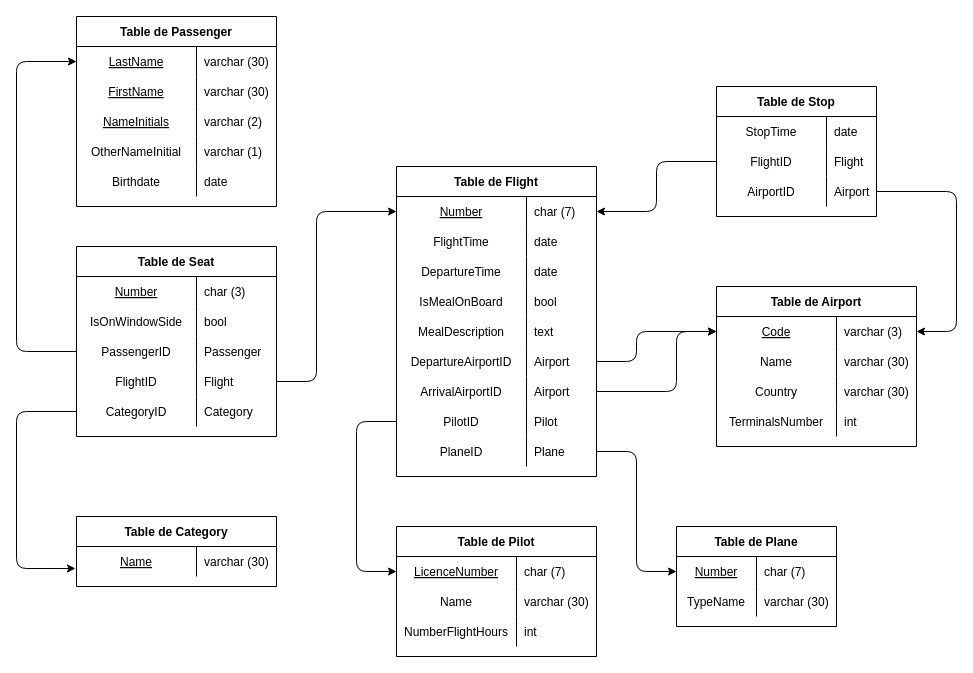
pauline-lr/Flight-manager keeps this draw.io diagram as Schéma des tables.drawio. Above is the earlier version. Source tidied: cells renumbered, new cells numbered last; positions are measured from the earlier drawing's top-left corner, leaving out a move shared by most shapes. Both pictures are drawn from the tidied source at 100%, with x=0, y=0 at pixel (16, 16).
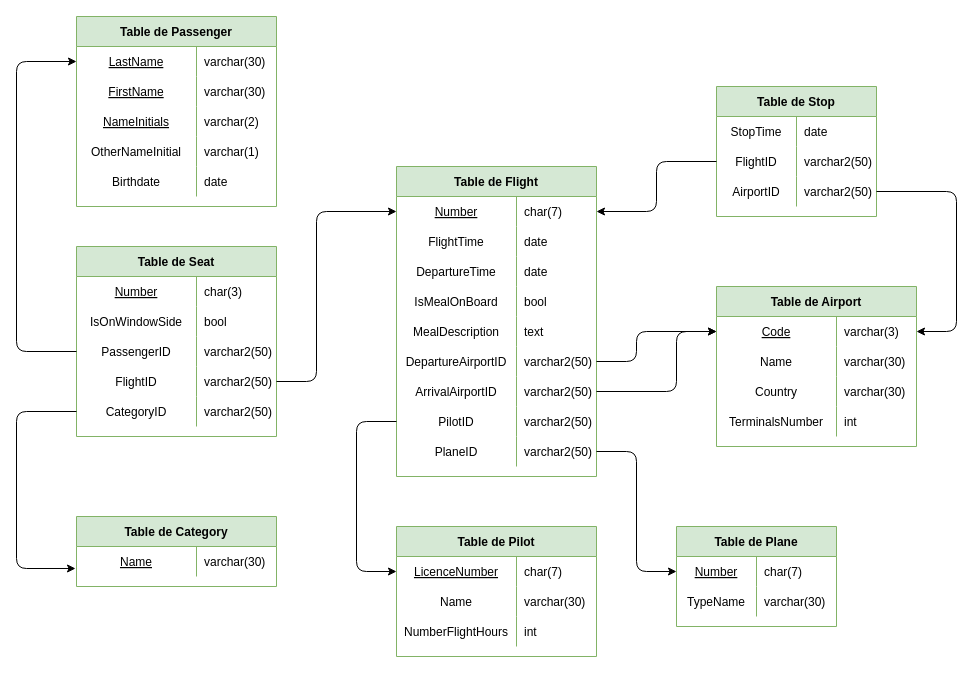
After the change.

The change refers to these unchanged cells:
```xml
<mxCell id="3" style="shape=partialRectangle;fillColor=none;top=0;left=0;bottom=0;right=0;points=[[0,0.5],[1,0.5]];portConstraint=eastwest;" parent="2" vertex="1">
<mxCell id="6" style="shape=partialRectangle;fillColor=none;top=0;left=0;bottom=0;right=0;" parent="2" vertex="1">
<mxCell id="9" style="shape=partialRectangle;fillColor=none;top=0;left=0;bottom=0;right=0;" parent="2" vertex="1">
<mxCell id="12" style="shape=partialRectangle;fillColor=none;top=0;left=0;bottom=0;right=0;" parent="2" vertex="1">
<mxCell id="15" style="shape=partialRectangle;fillColor=none;top=0;left=0;bottom=0;right=0;" parent="2" vertex="1">
<mxCell id="18" style="shape=partialRectangle;fillColor=none;top=0;left=0;bottom=0;right=0;points=[[0,0.5],[1,0.5]];portConstraint=eastwest;" parent="2" vertex="1">
<mxCell id="21" style="shape=partialRectangle;fillColor=none;top=0;left=0;bottom=0;right=0;points=[[0,0.5],[1,0.5]];portConstraint=eastwest;" parent="2" vertex="1">
<mxCell id="24" style="shape=partialRectangle;fillColor=none;top=0;left=0;bottom=0;right=0;points=[[0,0.5],[1,0.5]];portConstraint=eastwest;" parent="2" vertex="1">
<mxCell id="27" style="shape=partialRectangle;fillColor=none;top=0;left=0;bottom=0;right=0;points=[[0,0.5],[1,0.5]];portConstraint=eastwest;" parent="2" vertex="1">
<mxCell id="31" style="shape=partialRectangle;fillColor=none;top=0;left=0;bottom=0;right=0;points=[[0,0.5],[1,0.5]];portConstraint=eastwest;" parent="30" vertex="1">
<mxCell id="34" style="shape=partialRectangle;fillColor=none;top=0;left=0;bottom=0;right=0;" parent="30" vertex="1">
<mxCell id="37" style="shape=partialRectangle;fillColor=none;top=0;left=0;bottom=0;right=0;" parent="30" vertex="1">
<mxCell id="44" style="shape=partialRectangle;fillColor=none;top=0;left=0;bottom=0;right=0;" parent="43" vertex="1">
<mxCell id="47" style="shape=partialRectangle;fillColor=none;top=0;left=0;bottom=0;right=0;points=[[0,0.5],[1,0.5]];portConstraint=eastwest;" parent="43" vertex="1">
<mxCell id="50" style="shape=partialRectangle;fillColor=none;top=0;left=0;bottom=0;right=0;points=[[0,0.5],[1,0.5]];portConstraint=eastwest;" parent="43" vertex="1">
<mxCell id="54" style="shape=partialRectangle;fillColor=none;top=0;left=0;bottom=0;right=0;points=[[0,0.5],[1,0.5]];portConstraint=eastwest;" parent="53" vertex="1">
<mxCell id="57" style="shape=partialRectangle;fillColor=none;top=0;left=0;bottom=0;right=0;" parent="53" vertex="1">
<mxCell id="61" style="shape=partialRectangle;fillColor=none;top=0;left=0;bottom=0;right=0;points=[[0,0.5],[1,0.5]];portConstraint=eastwest;" parent="60" vertex="1">
<mxCell id="64" style="shape=partialRectangle;fillColor=none;top=0;left=0;bottom=0;right=0;" parent="60" vertex="1">
<mxCell id="71" style="shape=partialRectangle;fillColor=none;top=0;left=0;bottom=0;right=0;" parent="70" vertex="1">
<mxCell id="77" style="shape=partialRectangle;fillColor=none;top=0;left=0;bottom=0;right=0;points=[[0,0.5],[1,0.5]];portConstraint=eastwest;" parent="70" vertex="1">
<mxCell id="80" style="shape=partialRectangle;fillColor=none;top=0;left=0;bottom=0;right=0;points=[[0,0.5],[1,0.5]];portConstraint=eastwest;" parent="70" vertex="1">
<mxCell id="83" style="shape=partialRectangle;fillColor=none;top=0;left=0;bottom=0;right=0;points=[[0,0.5],[1,0.5]];portConstraint=eastwest;" parent="70" vertex="1">
<mxCell id="87" style="shape=partialRectangle;fillColor=none;top=0;left=0;bottom=0;right=0;points=[[0,0.5],[1,0.5]];portConstraint=eastwest;" parent="86" vertex="1">
<mxCell id="90" style="shape=partialRectangle;fillColor=none;top=0;left=0;bottom=0;right=0;" parent="86" vertex="1">
<mxCell id="93" style="shape=partialRectangle;fillColor=none;top=0;left=0;bottom=0;right=0;" parent="86" vertex="1">
<mxCell id="96" style="shape=partialRectangle;fillColor=none;top=0;left=0;bottom=0;right=0;" parent="86" vertex="1">
<mxCell id="111" style="shape=partialRectangle;fillColor=none;top=0;left=0;bottom=0;right=0;points=[[0,0.5],[1,0.5]];portConstraint=eastwest;" parent="110" vertex="1">
```

What changed in the source:
```diff
@@
-    <mxCell id="2" value="Table de Flight" style="shape=table;startSize=30;childLayout=tableLayout;rowLines=0;fontStyle=1;align=center;" parent="1" vertex="1">
+    <mxCell id="2" value="Table de Flight" style="shape=table;startSize=30;childLayout=tableLayout;rowLines=0;fontStyle=1;align=center;fillColor=#d5e8d4;strokeColor=#82b366;" parent="1" vertex="1">
       <mxGeometry x="380" y="150" width="200" height="310" as="geometry" />
     </mxCell>
@@
     <mxCell id="4" value="Number" style="shape=partialRectangle;fillColor=none;top=0;left=0;bottom=0;right=0;fontStyle=4;overflow=hidden;" parent="3" vertex="1">
-      <mxGeometry width="130" height="30" as="geometry" />
+      <mxGeometry width="120" height="30" as="geometry" />
     </mxCell>
-    <mxCell id="5" value="char (7)" style="shape=partialRectangle;fillColor=none;top=0;left=0;bottom=0;right=0;align=left;spacingLeft=6;fontStyle=0;overflow=hidden;" parent="3" vertex="1">
-      <mxGeometry x="130" width="70" height="30" as="geometry" />
+    <mxCell id="5" value="char(7)" style="shape=partialRectangle;fillColor=none;top=0;left=0;bottom=0;right=0;align=left;spacingLeft=6;fontStyle=0;overflow=hidden;" parent="3" vertex="1">
+      <mxGeometry x="120" width="80" height="30" as="geometry" />
     </mxCell>
@@
     <mxCell id="7" value="FlightTime" style="shape=partialRectangle;fillColor=none;top=0;left=0;bottom=0;right=0;fontStyle=0;overflow=hidden;" parent="6" vertex="1">
-      <mxGeometry width="130" height="30" as="geometry" />
+      <mxGeometry width="120" height="30" as="geometry" />
     </mxCell>
     <mxCell id="8" value="date" style="shape=partialRectangle;fillColor=none;top=0;left=0;bottom=0;right=0;align=left;spacingLeft=6;fontStyle=0;overflow=hidden;" parent="6" vertex="1">
-      <mxGeometry x="130" width="70" height="30" as="geometry" />
+      <mxGeometry x="120" width="80" height="30" as="geometry" />
     </mxCell>
@@
     <mxCell id="10" value="DepartureTime" style="shape=partialRectangle;fillColor=none;top=0;left=0;bottom=0;right=0;fontStyle=0;overflow=hidden;" parent="9" vertex="1">
-      <mxGeometry width="130" height="30" as="geometry" />
+      <mxGeometry width="120" height="30" as="geometry" />
     </mxCell>
     <mxCell id="11" value="date" style="shape=partialRectangle;fillColor=none;top=0;left=0;bottom=0;right=0;align=left;spacingLeft=6;fontStyle=0;overflow=hidden;" parent="9" vertex="1">
-      <mxGeometry x="130" width="70" height="30" as="geometry" />
+      <mxGeometry x="120" width="80" height="30" as="geometry" />
     </mxCell>
@@
     <mxCell id="13" value="IsMealOnBoard" style="shape=partialRectangle;fillColor=none;top=0;left=0;bottom=0;right=0;fontStyle=0;overflow=hidden;" parent="12" vertex="1">
-      <mxGeometry width="130" height="30" as="geometry" />
+      <mxGeometry width="120" height="30" as="geometry" />
     </mxCell>
     <mxCell id="14" value="bool" style="shape=partialRectangle;fillColor=none;top=0;left=0;bottom=0;right=0;align=left;spacingLeft=6;fontStyle=0;overflow=hidden;" parent="12" vertex="1">
-      <mxGeometry x="130" width="70" height="30" as="geometry" />
+      <mxGeometry x="120" width="80" height="30" as="geometry" />
     </mxCell>
@@
     <mxCell id="16" value="MealDescription" style="shape=partialRectangle;fillColor=none;top=0;left=0;bottom=0;right=0;fontStyle=0;overflow=hidden;" parent="15" vertex="1">
-      <mxGeometry width="130" height="30" as="geometry" />
+      <mxGeometry width="120" height="30" as="geometry" />
     </mxCell>
     <mxCell id="17" value="text" style="shape=partialRectangle;fillColor=none;top=0;left=0;bottom=0;right=0;align=left;spacingLeft=6;fontStyle=0;overflow=hidden;" parent="15" vertex="1">
-      <mxGeometry x="130" width="70" height="30" as="geometry" />
+      <mxGeometry x="120" width="80" height="30" as="geometry" />
     </mxCell>
@@
     <mxCell id="19" value="DepartureAirportID" style="shape=partialRectangle;fillColor=none;top=0;left=0;bottom=0;right=0;fontStyle=0;overflow=hidden;" parent="18" vertex="1">
-      <mxGeometry width="130" height="30" as="geometry" />
+      <mxGeometry width="120" height="30" as="geometry" />
     </mxCell>
-    <mxCell id="20" value="Airport" style="shape=partialRectangle;fillColor=none;top=0;left=0;bottom=0;right=0;align=left;spacingLeft=6;fontStyle=0;overflow=hidden;" parent="18" vertex="1">
-      <mxGeometry x="130" width="70" height="30" as="geometry" />
+    <mxCell id="20" value="varchar2(50)" style="shape=partialRectangle;fillColor=none;top=0;left=0;bottom=0;right=0;align=left;spacingLeft=6;fontStyle=0;overflow=hidden;" parent="18" vertex="1">
+      <mxGeometry x="120" width="80" height="30" as="geometry" />
     </mxCell>
@@
     <mxCell id="22" value="ArrivalAirportID" style="shape=partialRectangle;fillColor=none;top=0;left=0;bottom=0;right=0;fontStyle=0;overflow=hidden;" parent="21" vertex="1">
-      <mxGeometry width="130" height="30" as="geometry" />
+      <mxGeometry width="120" height="30" as="geometry" />
     </mxCell>
-    <mxCell id="23" value="Airport" style="shape=partialRectangle;fillColor=none;top=0;left=0;bottom=0;right=0;align=left;spacingLeft=6;fontStyle=0;overflow=hidden;" parent="21" vertex="1">
-      <mxGeometry x="130" width="70" height="30" as="geometry" />
+    <mxCell id="23" value="varchar2(50)" style="shape=partialRectangle;fillColor=none;top=0;left=0;bottom=0;right=0;align=left;spacingLeft=6;fontStyle=0;overflow=hidden;" parent="21" vertex="1">
+      <mxGeometry x="120" width="80" height="30" as="geometry" />
     </mxCell>
@@
     <mxCell id="25" value="PilotID" style="shape=partialRectangle;fillColor=none;top=0;left=0;bottom=0;right=0;fontStyle=0;overflow=hidden;" parent="24" vertex="1">
-      <mxGeometry width="130" height="30" as="geometry" />
+      <mxGeometry width="120" height="30" as="geometry" />
     </mxCell>
-    <mxCell id="26" value="Pilot" style="shape=partialRectangle;fillColor=none;top=0;left=0;bottom=0;right=0;align=left;spacingLeft=6;fontStyle=0;overflow=hidden;" parent="24" vertex="1">
-      <mxGeometry x="130" width="70" height="30" as="geometry" />
+    <mxCell id="26" value="varchar2(50)" style="shape=partialRectangle;fillColor=none;top=0;left=0;bottom=0;right=0;align=left;spacingLeft=6;fontStyle=0;overflow=hidden;" parent="24" vertex="1">
+      <mxGeometry x="120" width="80" height="30" as="geometry" />
     </mxCell>
@@
     <mxCell id="28" value="PlaneID" style="shape=partialRectangle;fillColor=none;top=0;left=0;bottom=0;right=0;fontStyle=0;overflow=hidden;" parent="27" vertex="1">
-      <mxGeometry width="130" height="30" as="geometry" />
+      <mxGeometry width="120" height="30" as="geometry" />
     </mxCell>
-    <mxCell id="29" value="Plane" style="shape=partialRectangle;fillColor=none;top=0;left=0;bottom=0;right=0;align=left;spacingLeft=6;fontStyle=0;overflow=hidden;" parent="27" vertex="1">
-      <mxGeometry x="130" width="70" height="30" as="geometry" />
+    <mxCell id="29" value="varchar2(50)" style="shape=partialRectangle;fillColor=none;top=0;left=0;bottom=0;right=0;align=left;spacingLeft=6;fontStyle=0;overflow=hidden;" parent="27" vertex="1">
+      <mxGeometry x="120" width="80" height="30" as="geometry" />
     </mxCell>
-    <mxCell id="30" value="Table de Airport" style="shape=table;startSize=30;childLayout=tableLayout;rowLines=0;fontStyle=1;align=center;" parent="1" vertex="1">
+    <mxCell id="30" value="Table de Airport" style="shape=table;startSize=30;childLayout=tableLayout;rowLines=0;fontStyle=1;align=center;fillColor=#d5e8d4;strokeColor=#82b366;" parent="1" vertex="1">
       <mxGeometry x="700" y="270" width="200" height="160" as="geometry" />
     </mxCell>
@@
-    <mxCell id="33" value="varchar (3)" style="shape=partialRectangle;fillColor=none;top=0;left=0;bottom=0;right=0;align=left;spacingLeft=6;fontStyle=0;overflow=hidden;" parent="31" vertex="1">
+    <mxCell id="33" value="varchar(3)" style="shape=partialRectangle;fillColor=none;top=0;left=0;bottom=0;right=0;align=left;spacingLeft=6;fontStyle=0;overflow=hidden;" parent="31" vertex="1">
       <mxGeometry x="120" width="80" height="30" as="geometry" />
     </mxCell>
@@
-    <mxCell id="36" value="varchar (30)" style="shape=partialRectangle;fillColor=none;top=0;left=0;bottom=0;right=0;align=left;spacingLeft=6;fontStyle=0;overflow=hidden;" parent="34" vertex="1">
+    <mxCell id="36" value="varchar(30)" style="shape=partialRectangle;fillColor=none;top=0;left=0;bottom=0;right=0;align=left;spacingLeft=6;fontStyle=0;overflow=hidden;" parent="34" vertex="1">
       <mxGeometry x="120" width="80" height="30" as="geometry" />
     </mxCell>
@@
-    <mxCell id="39" value="varchar (30)" style="shape=partialRectangle;fillColor=none;top=0;left=0;bottom=0;right=0;align=left;spacingLeft=6;fontStyle=0;overflow=hidden;" parent="37" vertex="1">
+    <mxCell id="39" value="varchar(30)" style="shape=partialRectangle;fillColor=none;top=0;left=0;bottom=0;right=0;align=left;spacingLeft=6;fontStyle=0;overflow=hidden;" parent="37" vertex="1">
       <mxGeometry x="120" width="80" height="30" as="geometry" />
     </mxCell>
@@
-    <mxCell id="43" value="Table de Stop" style="shape=table;startSize=30;childLayout=tableLayout;rowLines=0;fontStyle=1;align=center;" parent="1" vertex="1">
+    <mxCell id="43" value="Table de Stop" style="shape=table;startSize=30;childLayout=tableLayout;rowLines=0;fontStyle=1;align=center;fillColor=#d5e8d4;strokeColor=#82b366;" parent="1" vertex="1">
       <mxGeometry x="700" y="70" width="160" height="130" as="geometry" />
     </mxCell>
@@
     <mxCell id="45" value="StopTime" style="shape=partialRectangle;fillColor=none;top=0;left=0;bottom=0;right=0;fontStyle=0;overflow=hidden;" parent="44" vertex="1">
-      <mxGeometry width="110" height="30" as="geometry" />
+      <mxGeometry width="80" height="30" as="geometry" />
     </mxCell>
     <mxCell id="46" value="date" style="shape=partialRectangle;fillColor=none;top=0;left=0;bottom=0;right=0;align=left;spacingLeft=6;fontStyle=0;overflow=hidden;" parent="44" vertex="1">
-      <mxGeometry x="110" width="50" height="30" as="geometry" />
+      <mxGeometry x="80" width="80" height="30" as="geometry" />
     </mxCell>
@@
     <mxCell id="48" value="FlightID" style="shape=partialRectangle;fillColor=none;top=0;left=0;bottom=0;right=0;fontStyle=0;overflow=hidden;" parent="47" vertex="1">
-      <mxGeometry width="110" height="30" as="geometry" />
+      <mxGeometry width="80" height="30" as="geometry" />
     </mxCell>
-    <mxCell id="49" value="Flight" style="shape=partialRectangle;fillColor=none;top=0;left=0;bottom=0;right=0;align=left;spacingLeft=6;fontStyle=0;overflow=hidden;" parent="47" vertex="1">
-      <mxGeometry x="110" width="50" height="30" as="geometry" />
+    <mxCell id="49" value="varchar2(50)" style="shape=partialRectangle;fillColor=none;top=0;left=0;bottom=0;right=0;align=left;spacingLeft=6;fontStyle=0;overflow=hidden;" parent="47" vertex="1">
+      <mxGeometry x="80" width="80" height="30" as="geometry" />
     </mxCell>
@@
     <mxCell id="51" value="AirportID" style="shape=partialRectangle;fillColor=none;top=0;left=0;bottom=0;right=0;fontStyle=0;overflow=hidden;" parent="50" vertex="1">
-      <mxGeometry width="110" height="30" as="geometry" />
+      <mxGeometry width="80" height="30" as="geometry" />
     </mxCell>
-    <mxCell id="52" value="Airport" style="shape=partialRectangle;fillColor=none;top=0;left=0;bottom=0;right=0;align=left;spacingLeft=6;fontStyle=0;overflow=hidden;" parent="50" vertex="1">
-      <mxGeometry x="110" width="50" height="30" as="geometry" />
+    <mxCell id="52" value="varchar2(50)" style="shape=partialRectangle;fillColor=none;top=0;left=0;bottom=0;right=0;align=left;spacingLeft=6;fontStyle=0;overflow=hidden;" parent="50" vertex="1">
+      <mxGeometry x="80" width="80" height="30" as="geometry" />
     </mxCell>
-    <mxCell id="53" value="Table de Plane" style="shape=table;startSize=30;childLayout=tableLayout;rowLines=0;fontStyle=1;align=center;" parent="1" vertex="1">
+    <mxCell id="53" value="Table de Plane" style="shape=table;startSize=30;childLayout=tableLayout;rowLines=0;fontStyle=1;align=center;fillColor=#d5e8d4;strokeColor=#82b366;" parent="1" vertex="1">
       <mxGeometry x="660" y="510" width="160" height="100" as="geometry" />
     </mxCell>
@@
-    <mxCell id="56" value="char (7)" style="shape=partialRectangle;fillColor=none;top=0;left=0;bottom=0;right=0;align=left;spacingLeft=6;fontStyle=0;overflow=hidden;" parent="54" vertex="1">
+    <mxCell id="56" value="char(7)" style="shape=partialRectangle;fillColor=none;top=0;left=0;bottom=0;right=0;align=left;spacingLeft=6;fontStyle=0;overflow=hidden;" parent="54" vertex="1">
       <mxGeometry x="80" width="80" height="30" as="geometry" />
     </mxCell>
@@
-    <mxCell id="59" value="varchar (30)" style="shape=partialRectangle;fillColor=none;top=0;left=0;bottom=0;right=0;align=left;spacingLeft=6;fontStyle=0;overflow=hidden;" parent="57" vertex="1">
+    <mxCell id="59" value="varchar(30)" style="shape=partialRectangle;fillColor=none;top=0;left=0;bottom=0;right=0;align=left;spacingLeft=6;fontStyle=0;overflow=hidden;" parent="57" vertex="1">
       <mxGeometry x="80" width="80" height="30" as="geometry" />
     </mxCell>
-    <mxCell id="60" value="Table de Pilot" style="shape=table;startSize=30;childLayout=tableLayout;rowLines=0;fontStyle=1;align=center;" parent="1" vertex="1">
+    <mxCell id="60" value="Table de Pilot" style="shape=table;startSize=30;childLayout=tableLayout;rowLines=0;fontStyle=1;align=center;fillColor=#d5e8d4;strokeColor=#82b366;" parent="1" vertex="1">
       <mxGeometry x="380" y="510" width="200" height="130" as="geometry" />
     </mxCell>
@@
-    <mxCell id="63" value="char (7)" style="shape=partialRectangle;fillColor=none;top=0;left=0;bottom=0;right=0;align=left;spacingLeft=6;fontStyle=0;overflow=hidden;" parent="61" vertex="1">
+    <mxCell id="63" value="char(7)" style="shape=partialRectangle;fillColor=none;top=0;left=0;bottom=0;right=0;align=left;spacingLeft=6;fontStyle=0;overflow=hidden;" parent="61" vertex="1">
       <mxGeometry x="120" width="80" height="30" as="geometry" />
     </mxCell>
@@
-    <mxCell id="66" value="varchar (30)" style="shape=partialRectangle;fillColor=none;top=0;left=0;bottom=0;right=0;align=left;spacingLeft=6;fontStyle=0;overflow=hidden;" parent="64" vertex="1">
+    <mxCell id="66" value="varchar(30)" style="shape=partialRectangle;fillColor=none;top=0;left=0;bottom=0;right=0;align=left;spacingLeft=6;fontStyle=0;overflow=hidden;" parent="64" vertex="1">
       <mxGeometry x="120" width="80" height="30" as="geometry" />
     </mxCell>
@@
-    <mxCell id="70" value="Table de Seat" style="shape=table;startSize=30;childLayout=tableLayout;rowLines=0;fontStyle=1;align=center;" parent="1" vertex="1">
+    <mxCell id="70" value="Table de Seat" style="shape=table;startSize=30;childLayout=tableLayout;rowLines=0;fontStyle=1;align=center;fillColor=#d5e8d4;strokeColor=#82b366;" parent="1" vertex="1">
       <mxGeometry x="60" y="230" width="200" height="190" as="geometry" />
     </mxCell>
@@
-    <mxCell id="73" value="char (3)" style="shape=partialRectangle;fillColor=none;top=0;left=0;bottom=0;right=0;align=left;spacingLeft=6;fontStyle=0;overflow=hidden;" parent="71" vertex="1">
+    <mxCell id="73" value="char(3)" style="shape=partialRectangle;fillColor=none;top=0;left=0;bottom=0;right=0;align=left;spacingLeft=6;fontStyle=0;overflow=hidden;" parent="71" vertex="1">
       <mxGeometry x="120" width="80" height="30" as="geometry" />
     </mxCell>
@@
-    <mxCell id="79" value="Passenger" style="shape=partialRectangle;fillColor=none;top=0;left=0;bottom=0;right=0;align=left;spacingLeft=6;fontStyle=0;overflow=hidden;" parent="77" vertex="1">
+    <mxCell id="79" value="varchar2(50)" style="shape=partialRectangle;fillColor=none;top=0;left=0;bottom=0;right=0;align=left;spacingLeft=6;fontStyle=0;overflow=hidden;" parent="77" vertex="1">
       <mxGeometry x="120" width="80" height="30" as="geometry" />
     </mxCell>
@@
-    <mxCell id="82" value="Flight" style="shape=partialRectangle;fillColor=none;top=0;left=0;bottom=0;right=0;align=left;spacingLeft=6;fontStyle=0;overflow=hidden;" parent="80" vertex="1">
+    <mxCell id="82" value="varchar2(50)" style="shape=partialRectangle;fillColor=none;top=0;left=0;bottom=0;right=0;align=left;spacingLeft=6;fontStyle=0;overflow=hidden;" parent="80" vertex="1">
       <mxGeometry x="120" width="80" height="30" as="geometry" />
     </mxCell>
@@
-    <mxCell id="85" value="Category" style="shape=partialRectangle;fillColor=none;top=0;left=0;bottom=0;right=0;align=left;spacingLeft=6;fontStyle=0;overflow=hidden;" parent="83" vertex="1">
+    <mxCell id="85" value="varchar2(50)" style="shape=partialRectangle;fillColor=none;top=0;left=0;bottom=0;right=0;align=left;spacingLeft=6;fontStyle=0;overflow=hidden;" parent="83" vertex="1">
       <mxGeometry x="120" width="80" height="30" as="geometry" />
     </mxCell>
-    <mxCell id="86" value="Table de Passenger" style="shape=table;startSize=30;childLayout=tableLayout;rowLines=0;fontStyle=1;align=center;" parent="1" vertex="1">
+    <mxCell id="86" value="Table de Passenger" style="shape=table;startSize=30;childLayout=tableLayout;rowLines=0;fontStyle=1;align=center;fillColor=#d5e8d4;strokeColor=#82b366;" parent="1" vertex="1">
       <mxGeometry x="60" width="200" height="190" as="geometry" />
     </mxCell>
@@
-    <mxCell id="89" value="varchar (30)" style="shape=partialRectangle;fillColor=none;top=0;left=0;bottom=0;right=0;align=left;spacingLeft=6;fontStyle=0;overflow=hidden;" parent="87" vertex="1">
+    <mxCell id="89" value="varchar(30)" style="shape=partialRectangle;fillColor=none;top=0;left=0;bottom=0;right=0;align=left;spacingLeft=6;fontStyle=0;overflow=hidden;" parent="87" vertex="1">
       <mxGeometry x="120" width="80" height="30" as="geometry" />
     </mxCell>
@@
-    <mxCell id="92" value="varchar (30)" style="shape=partialRectangle;fillColor=none;top=0;left=0;bottom=0;right=0;align=left;spacingLeft=6;fontStyle=0;overflow=hidden;" parent="90" vertex="1">
+    <mxCell id="92" value="varchar(30)" style="shape=partialRectangle;fillColor=none;top=0;left=0;bottom=0;right=0;align=left;spacingLeft=6;fontStyle=0;overflow=hidden;" parent="90" vertex="1">
       <mxGeometry x="120" width="80" height="30" as="geometry" />
     </mxCell>
@@
-    <mxCell id="95" value="varchar (2)" style="shape=partialRectangle;fillColor=none;top=0;left=0;bottom=0;right=0;align=left;spacingLeft=6;fontStyle=0;overflow=hidden;" parent="93" vertex="1">
+    <mxCell id="95" value="varchar(2)" style="shape=partialRectangle;fillColor=none;top=0;left=0;bottom=0;right=0;align=left;spacingLeft=6;fontStyle=0;overflow=hidden;" parent="93" vertex="1">
       <mxGeometry x="120" width="80" height="30" as="geometry" />
     </mxCell>
@@
-    <mxCell id="98" value="varchar (1)" style="shape=partialRectangle;fillColor=none;top=0;left=0;bottom=0;right=0;align=left;spacingLeft=6;fontStyle=0;overflow=hidden;" parent="96" vertex="1">
+    <mxCell id="98" value="varchar(1)" style="shape=partialRectangle;fillColor=none;top=0;left=0;bottom=0;right=0;align=left;spacingLeft=6;fontStyle=0;overflow=hidden;" parent="96" vertex="1">
       <mxGeometry x="120" width="80" height="30" as="geometry" />
     </mxCell>
@@
-    <mxCell id="110" value="Table de Category" style="shape=table;startSize=30;childLayout=tableLayout;rowLines=0;fontStyle=1;align=center;" parent="1" vertex="1">
+    <mxCell id="110" value="Table de Category" style="shape=table;startSize=30;childLayout=tableLayout;rowLines=0;fontStyle=1;align=center;fillColor=#d5e8d4;strokeColor=#82b366;" parent="1" vertex="1">
       <mxGeometry x="60" y="500" width="200" height="70" as="geometry" />
     </mxCell>
@@
-    <mxCell id="113" value="varchar (30)" style="shape=partialRectangle;fillColor=none;top=0;left=0;bottom=0;right=0;align=left;spacingLeft=6;fontStyle=0;overflow=hidden;" parent="111" vertex="1">
+    <mxCell id="113" value="varchar(30)" style="shape=partialRectangle;fillColor=none;top=0;left=0;bottom=0;right=0;align=left;spacingLeft=6;fontStyle=0;overflow=hidden;" parent="111" vertex="1">
       <mxGeometry x="120" width="80" height="30" as="geometry" />
     </mxCell>
```
